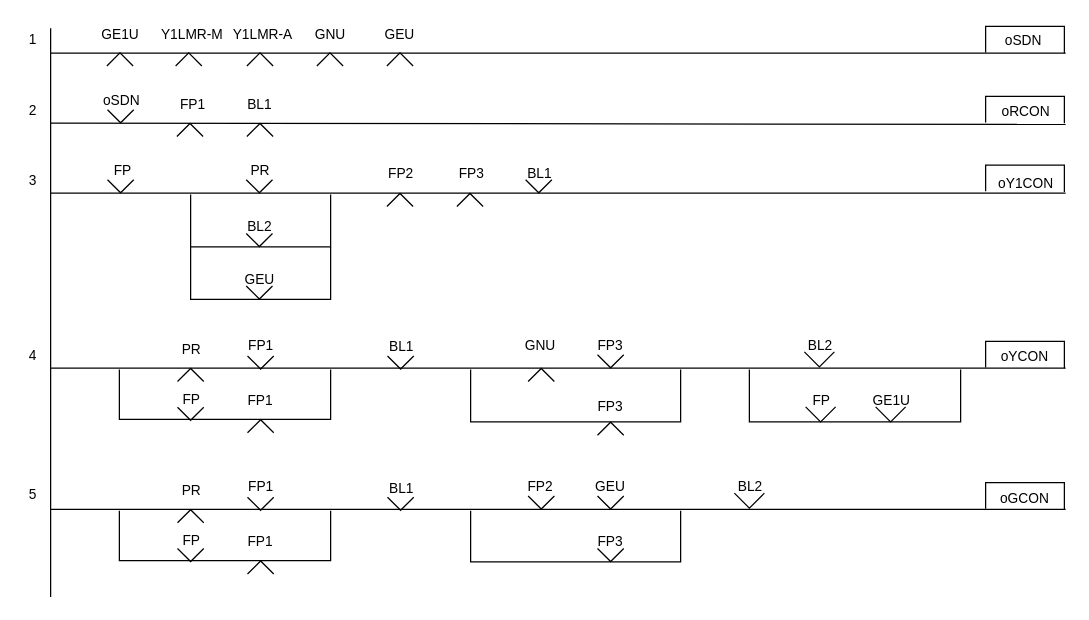
chillin2/MyDraw.io keeps this draw.io diagram as page "신호현시로직(최종)" (2 of 8) of Signal/4Display-Signal-Control-Logic.drawio. Above is the earlier version. Source tidied: cells renumbered, new cells numbered last; positions are measured from the earlier drawing's top-left corner, leaving out a move shared by most shapes. Both pictures are drawn from the tidied source at 125%, with x=0, y=0 at pixel (21, 21).
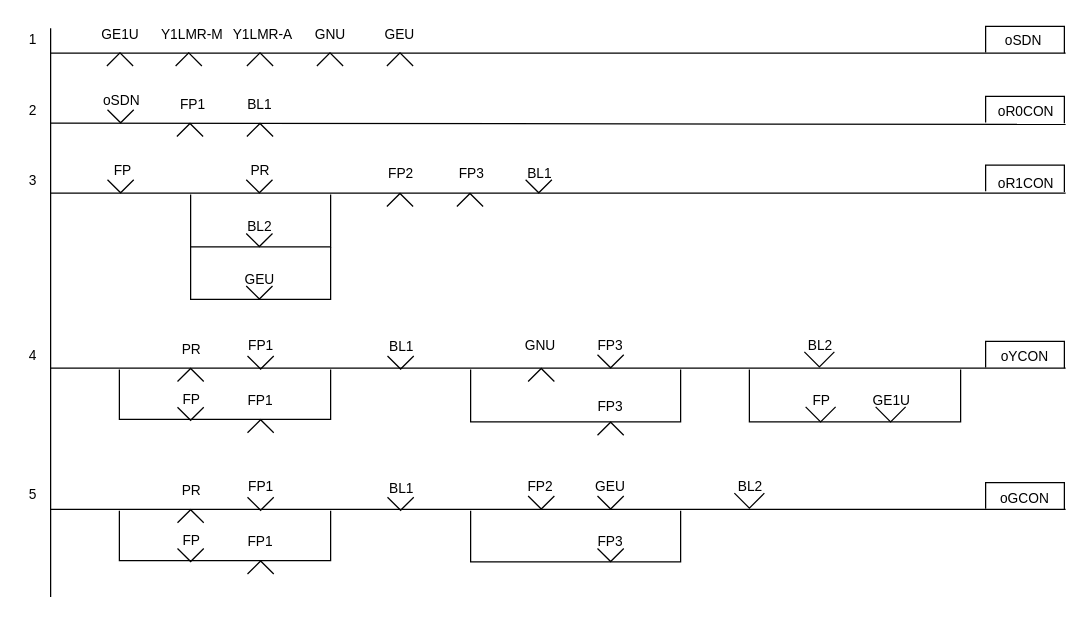
Above is the later version.

The edit, as a diff of the source:
```diff
@@
-    <mxCell id="12" value="oRCON" style="text;html=1;strokeColor=none;fillColor=none;align=center;verticalAlign=middle;whiteSpace=wrap;rounded=0;fontFamily=Helvetica;fontSize=11;fontColor=default;" parent="1" vertex="1">
+    <mxCell id="12" value="oR0CON" style="text;html=1;strokeColor=none;fillColor=none;align=center;verticalAlign=middle;whiteSpace=wrap;rounded=0;fontFamily=Helvetica;fontSize=11;fontColor=default;" parent="1" vertex="1">
       <mxGeometry x="780" y="65" width="47" height="13" as="geometry" />
     </mxCell>
@@
-    <mxCell id="17" value="oY1CON" style="text;html=1;strokeColor=none;fillColor=none;align=center;verticalAlign=middle;whiteSpace=wrap;rounded=0;fontFamily=Helvetica;fontSize=11;fontColor=default;" parent="1" vertex="1">
+    <mxCell id="17" value="oR1CON" style="text;html=1;strokeColor=none;fillColor=none;align=center;verticalAlign=middle;whiteSpace=wrap;rounded=0;fontFamily=Helvetica;fontSize=11;fontColor=default;" parent="1" vertex="1">
       <mxGeometry x="780" y="122" width="47" height="13" as="geometry" />
     </mxCell>
```
